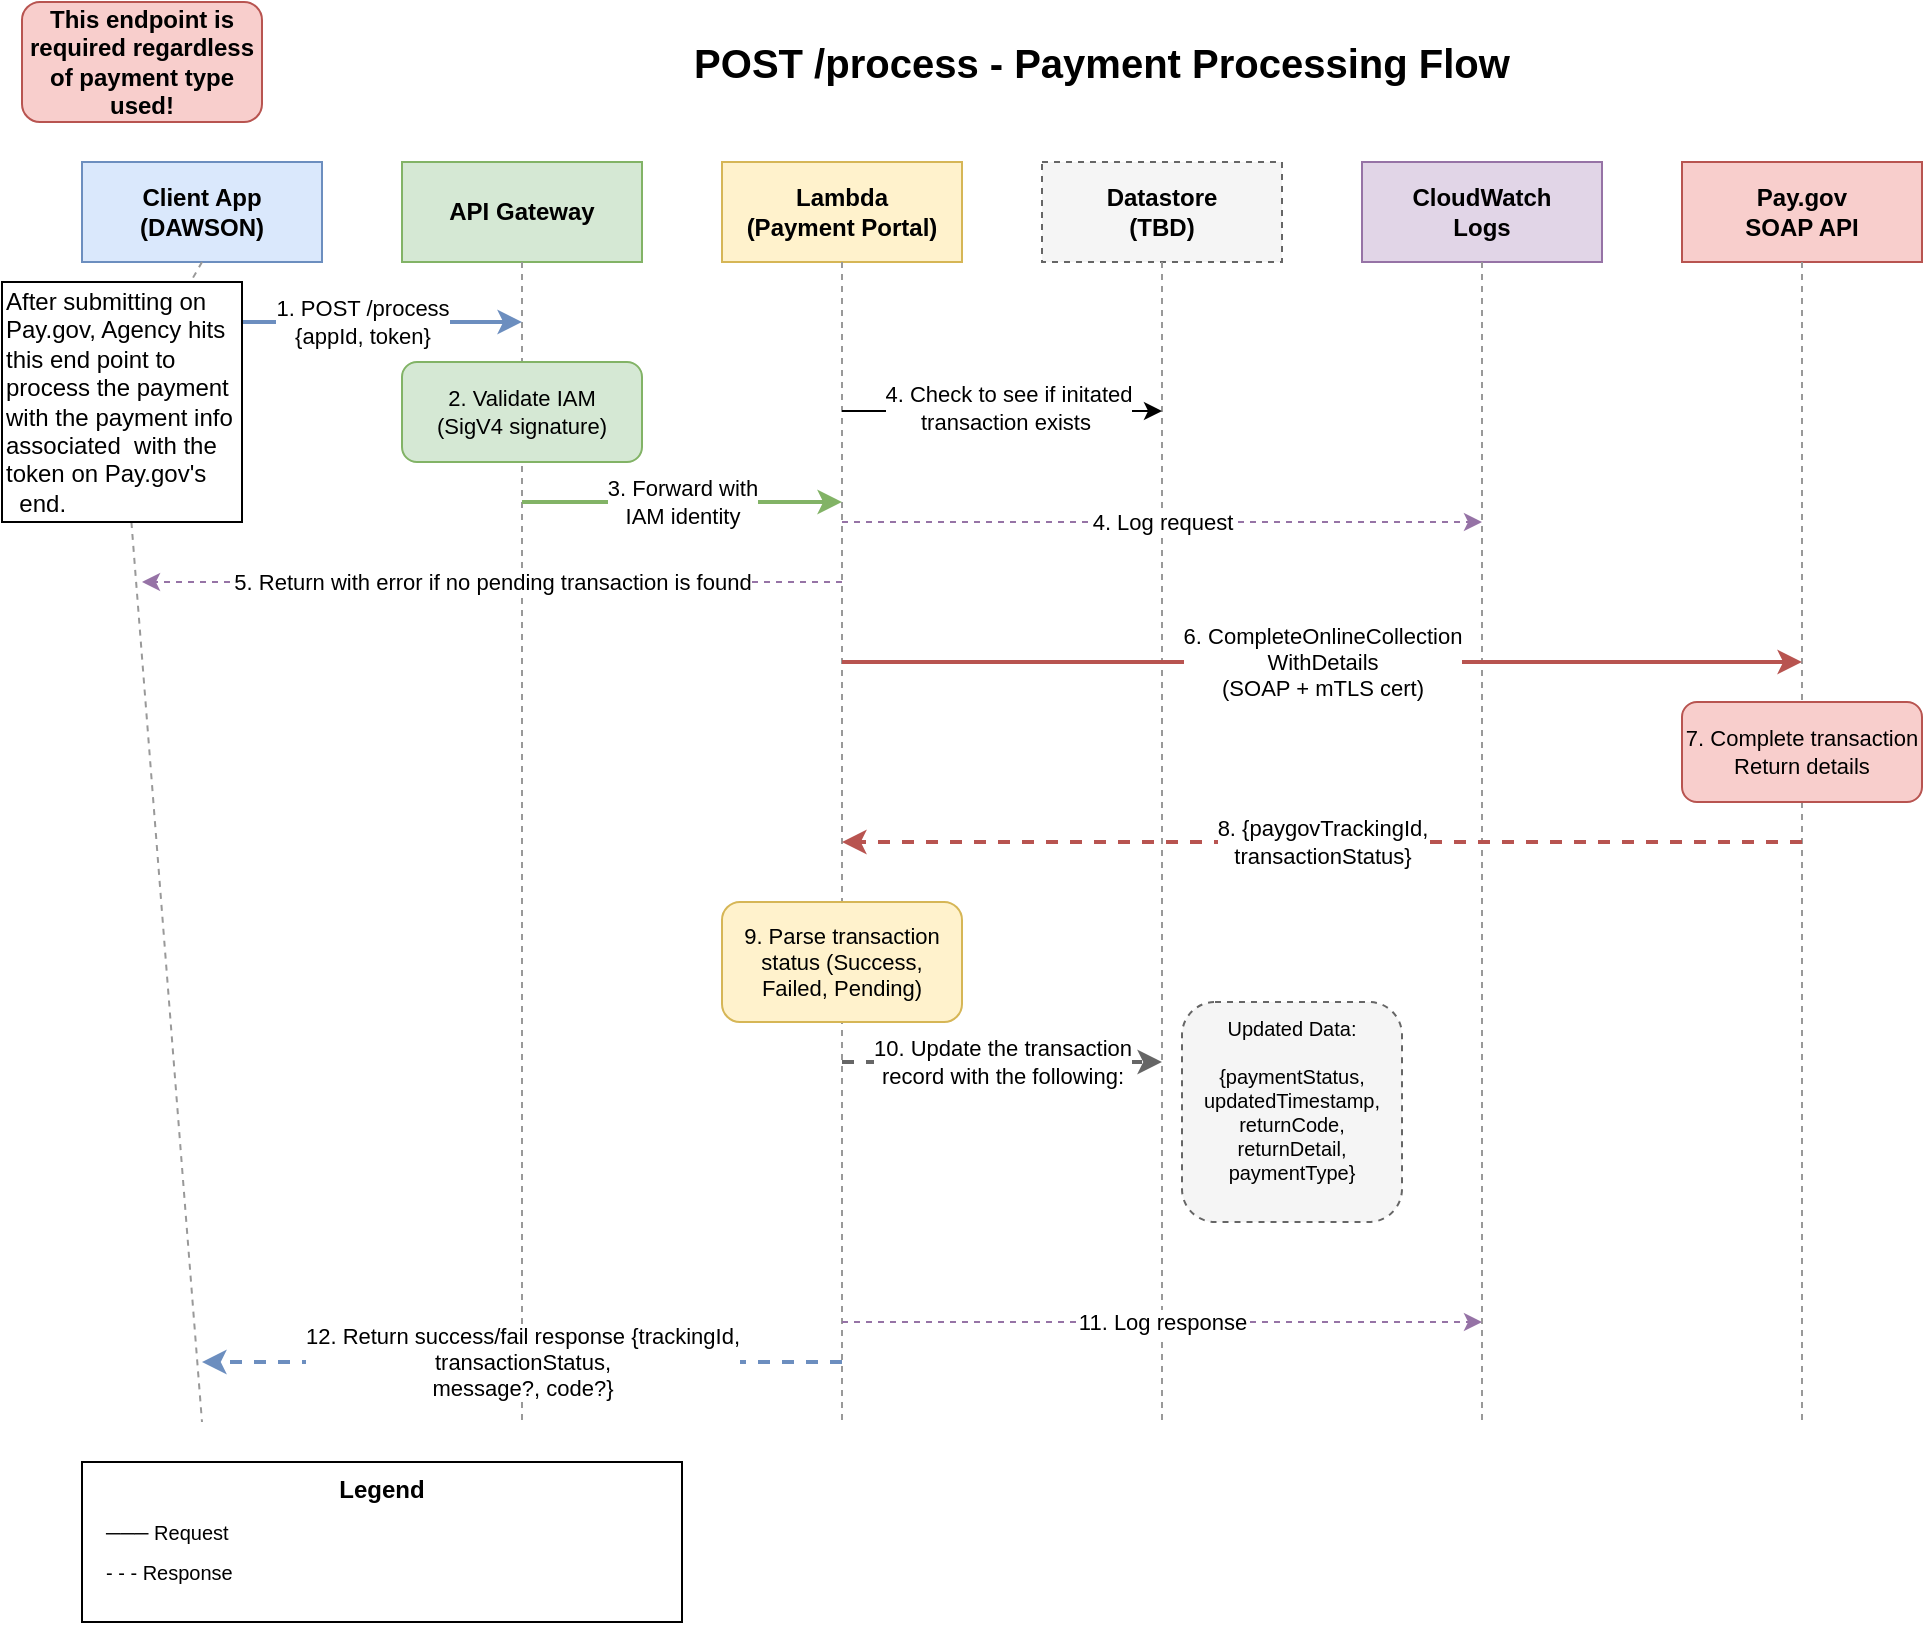
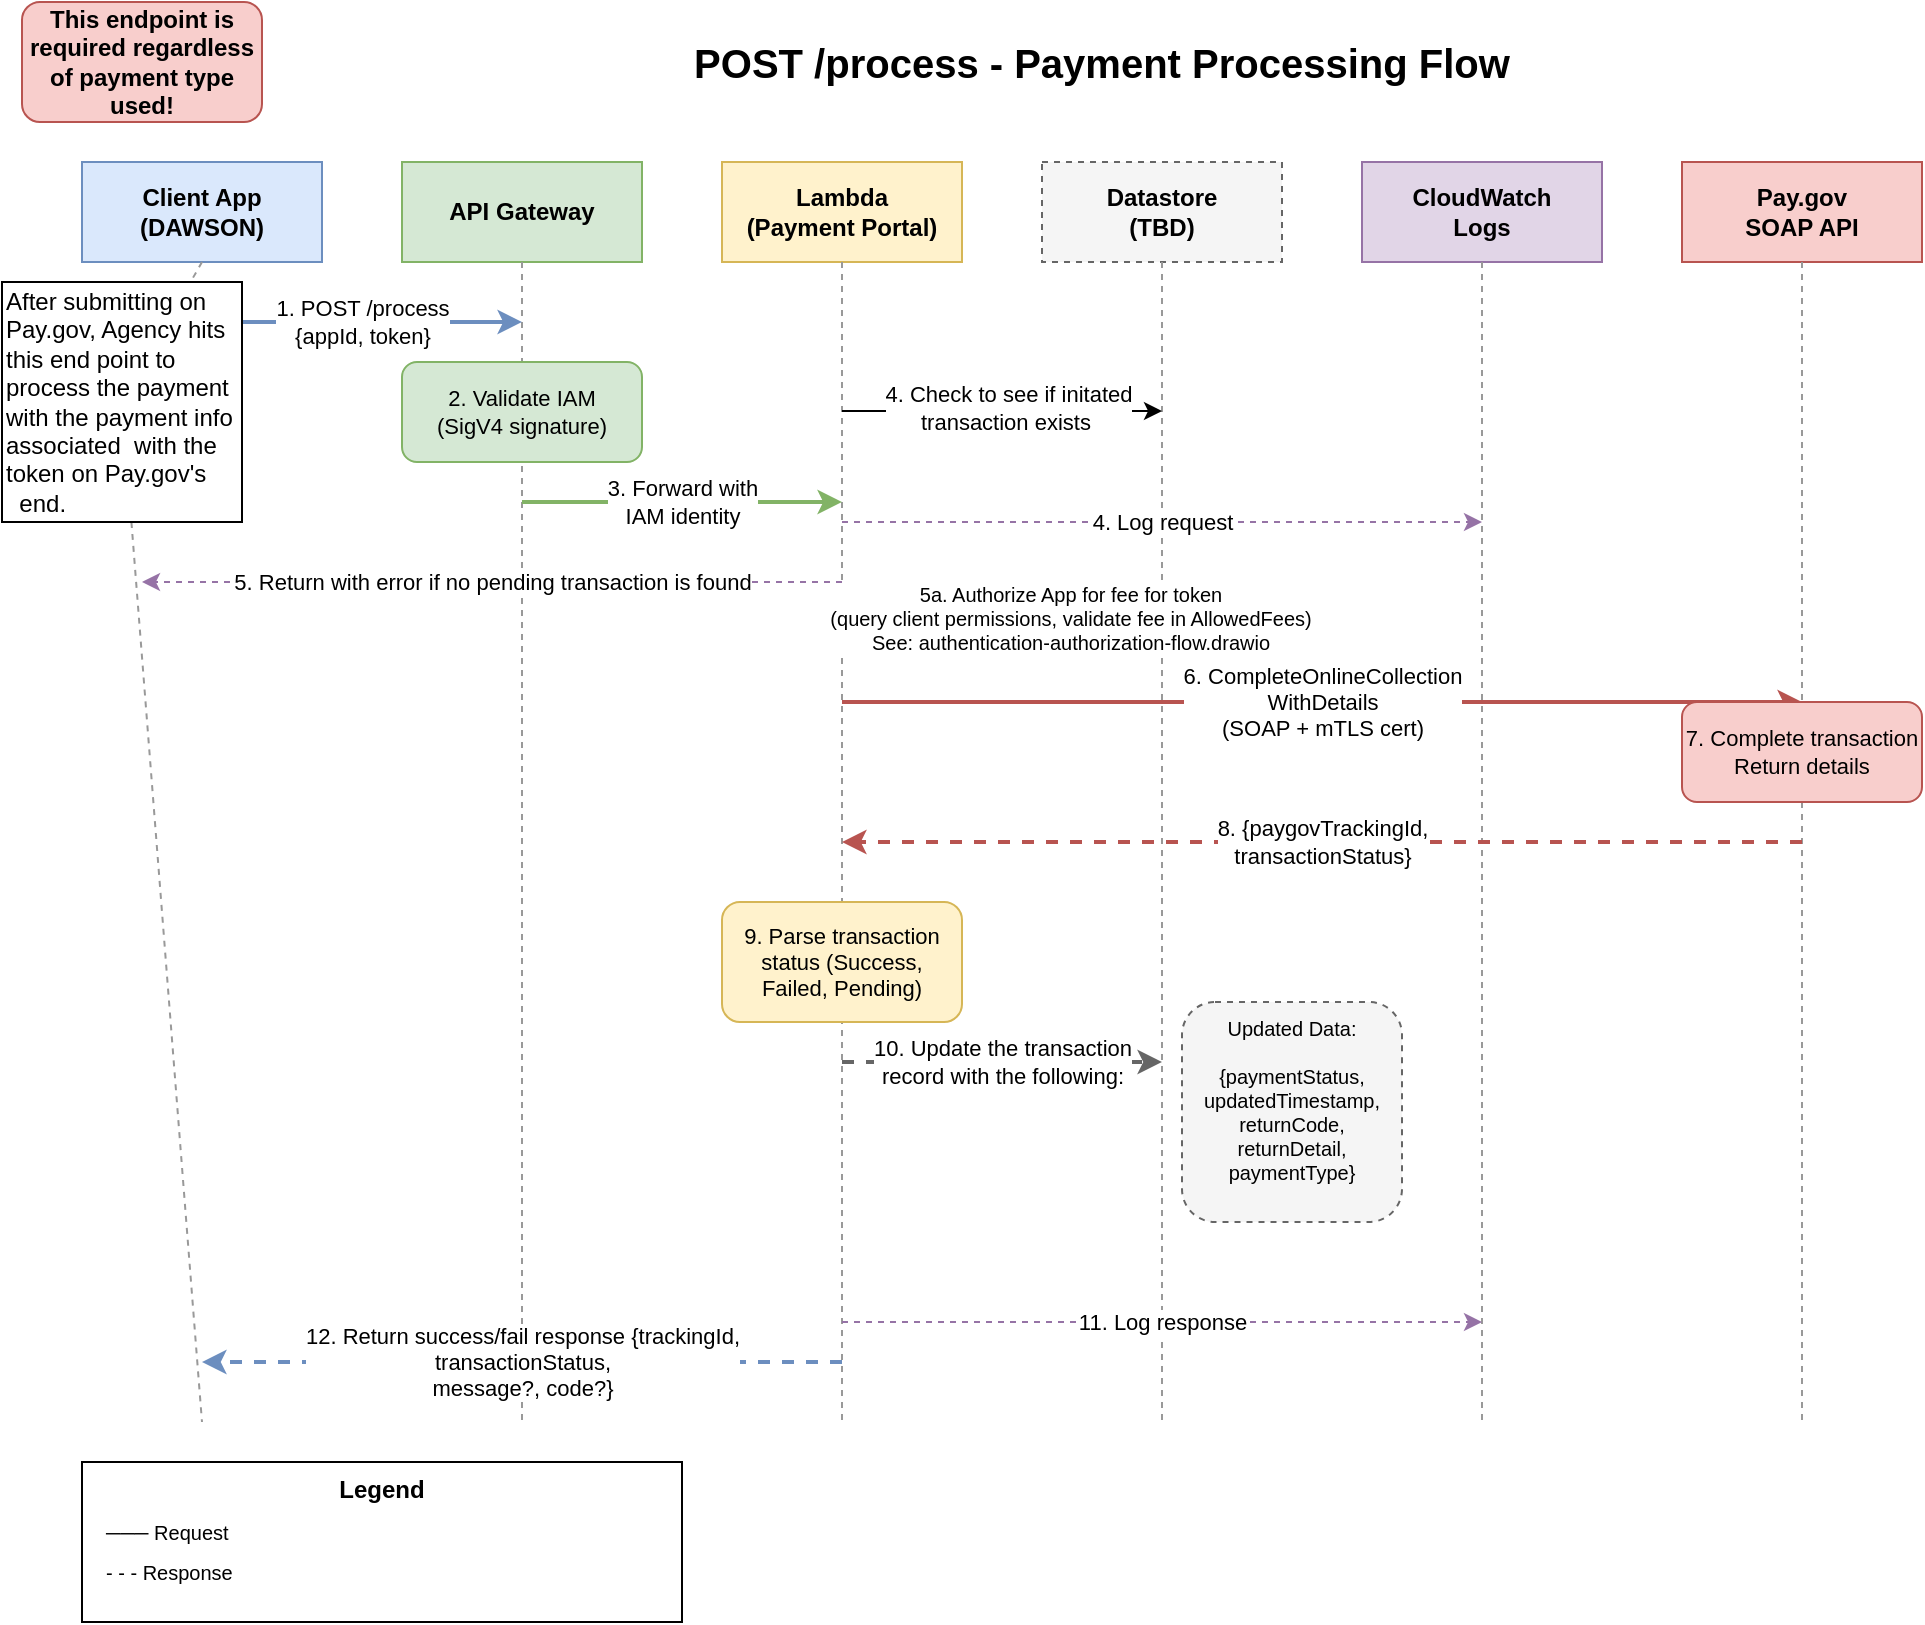
<mxfile host="65bd71144e">
    <diagram name="Process Payment Flow" id="process-payment-flow">
        <mxGraphModel dx="295" dy="451" grid="1" gridSize="10" guides="1" tooltips="1" connect="1" arrows="1" fold="1" page="1" pageScale="1" pageWidth="1100" pageHeight="850" math="0" shadow="0">
            <root>
                <mxCell id="0"/>
                <mxCell id="1" parent="0"/>
                <mxCell id="title" value="POST /process - Payment Processing Flow" style="text;html=1;strokeColor=none;fillColor=none;align=center;verticalAlign=middle;whiteSpace=wrap;rounded=0;fontSize=20;fontStyle=1" parent="1" vertex="1">
                    <mxGeometry x="320" y="20" width="460" height="40" as="geometry"/>
                </mxCell>
                <mxCell id="header-client" value="Client App&#xa;(DAWSON)" style="rounded=0;whiteSpace=wrap;html=1;fillColor=#dae8fc;strokeColor=#6c8ebf;fontSize=12;fontStyle=1" parent="1" vertex="1">
                    <mxGeometry x="40" y="90" width="120" height="50" as="geometry"/>
                </mxCell>
                <mxCell id="header-gateway" value="API Gateway" style="rounded=0;whiteSpace=wrap;html=1;fillColor=#d5e8d4;strokeColor=#82b366;fontSize=12;fontStyle=1" parent="1" vertex="1">
                    <mxGeometry x="200" y="90" width="120" height="50" as="geometry"/>
                </mxCell>
                <mxCell id="header-lambda" value="Lambda&#xa;(Payment Portal)" style="rounded=0;whiteSpace=wrap;html=1;fillColor=#fff2cc;strokeColor=#d6b656;fontSize=12;fontStyle=1" parent="1" vertex="1">
                    <mxGeometry x="360" y="90" width="120" height="50" as="geometry"/>
                </mxCell>
                <mxCell id="header-datastore" value="Datastore&#xa;(TBD)" style="rounded=0;whiteSpace=wrap;html=1;fillColor=#f5f5f5;strokeColor=#666666;fontSize=12;fontStyle=1;dashed=1" parent="1" vertex="1">
                    <mxGeometry x="520" y="90" width="120" height="50" as="geometry"/>
                </mxCell>
                <mxCell id="header-logs" value="CloudWatch&#xa;Logs" style="rounded=0;whiteSpace=wrap;html=1;fillColor=#e1d5e7;strokeColor=#9673a6;fontSize=12;fontStyle=1" parent="1" vertex="1">
                    <mxGeometry x="680" y="90" width="120" height="50" as="geometry"/>
                </mxCell>
                <mxCell id="header-paygov" value="Pay.gov&#xa;SOAP API" style="rounded=0;whiteSpace=wrap;html=1;fillColor=#f8cecc;strokeColor=#b85450;fontSize=12;fontStyle=1" parent="1" vertex="1">
                    <mxGeometry x="840" y="90" width="120" height="50" as="geometry"/>
                </mxCell>
                <mxCell id="line-client" style="endArrow=none;dashed=1;html=1;strokeWidth=1;strokeColor=#999999;" parent="1" source="5" edge="1">
                    <mxGeometry relative="1" as="geometry">
                        <mxPoint x="100" y="140" as="sourcePoint"/>
                        <mxPoint x="100" y="720" as="targetPoint"/>
                    </mxGeometry>
                </mxCell>
                <mxCell id="line-gateway" style="endArrow=none;dashed=1;html=1;strokeWidth=1;strokeColor=#999999;" parent="1" edge="1">
                    <mxGeometry relative="1" as="geometry">
                        <mxPoint x="260" y="140" as="sourcePoint"/>
                        <mxPoint x="260" y="720" as="targetPoint"/>
                    </mxGeometry>
                </mxCell>
                <mxCell id="line-lambda" style="endArrow=none;dashed=1;html=1;strokeWidth=1;strokeColor=#999999;" parent="1" edge="1">
                    <mxGeometry relative="1" as="geometry">
                        <mxPoint x="420" y="140" as="sourcePoint"/>
                        <mxPoint x="420" y="720" as="targetPoint"/>
                    </mxGeometry>
                </mxCell>
                <mxCell id="line-datastore" style="endArrow=none;dashed=1;html=1;strokeWidth=1;strokeColor=#999999;" parent="1" edge="1">
                    <mxGeometry relative="1" as="geometry">
                        <mxPoint x="580" y="140" as="sourcePoint"/>
                        <mxPoint x="580" y="720" as="targetPoint"/>
                    </mxGeometry>
                </mxCell>
                <mxCell id="line-logs" style="endArrow=none;dashed=1;html=1;strokeWidth=1;strokeColor=#999999;" parent="1" edge="1">
                    <mxGeometry relative="1" as="geometry">
                        <mxPoint x="740" y="140" as="sourcePoint"/>
                        <mxPoint x="740" y="720" as="targetPoint"/>
                    </mxGeometry>
                </mxCell>
                <mxCell id="line-paygov" style="endArrow=none;dashed=1;html=1;strokeWidth=1;strokeColor=#999999;" parent="1" edge="1">
                    <mxGeometry relative="1" as="geometry">
                        <mxPoint x="900" y="140" as="sourcePoint"/>
                        <mxPoint x="900" y="720" as="targetPoint"/>
                    </mxGeometry>
                </mxCell>
                <mxCell id="step1" value="1. POST /process&#xa;{appId, token}" style="edgeStyle=orthogonalEdgeStyle;rounded=0;orthogonalLoop=1;jettySize=auto;html=1;strokeWidth=2;fillColor=#dae8fc;strokeColor=#6c8ebf;" parent="1" edge="1">
                    <mxGeometry relative="1" as="geometry">
                        <mxPoint x="100" y="170" as="sourcePoint"/>
                        <mxPoint x="260" y="170" as="targetPoint"/>
                    </mxGeometry>
                </mxCell>
                <mxCell id="step2-box" value="2. Validate IAM&#xa;(SigV4 signature)" style="rounded=1;whiteSpace=wrap;html=1;fillColor=#d5e8d4;strokeColor=#82b366;fontSize=11" parent="1" vertex="1">
                    <mxGeometry x="200" y="190" width="120" height="50" as="geometry"/>
                </mxCell>
                <mxCell id="step3" value="3. Forward with&#xa;IAM identity" style="edgeStyle=orthogonalEdgeStyle;rounded=0;orthogonalLoop=1;jettySize=auto;html=1;strokeWidth=2;fillColor=#d5e8d4;strokeColor=#82b366;" parent="1" edge="1">
                    <mxGeometry relative="1" as="geometry">
                        <mxPoint x="260" y="260" as="sourcePoint"/>
                        <mxPoint x="420" y="260" as="targetPoint"/>
                    </mxGeometry>
                </mxCell>
                <mxCell id="step4" value="4. Log request" style="edgeStyle=orthogonalEdgeStyle;rounded=0;orthogonalLoop=1;jettySize=auto;html=1;strokeWidth=1;dashed=1;strokeColor=#9673a6;" parent="1" edge="1">
                    <mxGeometry relative="1" as="geometry">
                        <mxPoint x="420" y="270" as="sourcePoint"/>
                        <mxPoint x="740" y="270" as="targetPoint"/>
                    </mxGeometry>
                </mxCell>
                <mxCell id="step5" value="6. CompleteOnlineCollection&lt;br&gt;WithDetails&lt;br&gt;(SOAP + mTLS cert)" style="edgeStyle=orthogonalEdgeStyle;rounded=0;orthogonalLoop=1;jettySize=auto;html=1;strokeWidth=2;fillColor=#f8cecc;strokeColor=#b85450;" parent="1" edge="1">
                    <mxGeometry relative="1" as="geometry">
-                         <mxPoint x="420" y="340" as="sourcePoint"/>
-                         <mxPoint x="900" y="340" as="targetPoint"/>
+                         <mxPoint x="420" y="360" as="sourcePoint"/>
+                         <mxPoint x="900" y="360" as="targetPoint"/>
                    </mxGeometry>
                </mxCell>
                <mxCell id="paygov-box" value="7. Complete transaction&lt;br&gt;Return details" style="rounded=1;whiteSpace=wrap;html=1;fillColor=#f8cecc;strokeColor=#b85450;fontSize=11" parent="1" vertex="1">
                    <mxGeometry x="840" y="360" width="120" height="50" as="geometry"/>
                </mxCell>
                <mxCell id="step7" value="8. {paygovTrackingId,&lt;br&gt;transactionStatus}" style="edgeStyle=orthogonalEdgeStyle;rounded=0;orthogonalLoop=1;jettySize=auto;html=1;strokeWidth=2;dashed=1;strokeColor=#b85450;" parent="1" edge="1">
                    <mxGeometry relative="1" as="geometry">
                        <mxPoint x="900" y="430" as="sourcePoint"/>
                        <mxPoint x="420" y="430" as="targetPoint"/>
                    </mxGeometry>
                </mxCell>
                <mxCell id="step8-box" value="9. Parse transaction&lt;br&gt;status (Success,&lt;br&gt;Failed, Pending)" style="rounded=1;whiteSpace=wrap;html=1;fillColor=#fff2cc;strokeColor=#d6b656;fontSize=11" parent="1" vertex="1">
                    <mxGeometry x="360" y="460" width="120" height="60" as="geometry"/>
                </mxCell>
                <mxCell id="step9" value="10. Update the transaction&lt;br&gt;record with the following:" style="edgeStyle=orthogonalEdgeStyle;rounded=0;orthogonalLoop=1;jettySize=auto;html=1;strokeWidth=2;dashed=1;strokeColor=#666666;" parent="1" edge="1">
                    <mxGeometry relative="1" as="geometry">
                        <mxPoint x="420" y="540" as="sourcePoint"/>
                        <mxPoint x="580" y="540" as="targetPoint"/>
                        <mxPoint as="offset"/>
                    </mxGeometry>
                </mxCell>
                <mxCell id="datastore-box" value="Updated Data:&lt;div&gt;&lt;font color=&quot;#000000&quot;&gt;&lt;br&gt;&lt;/font&gt;{paymentStatus,&lt;br&gt;updatedTimestamp,&lt;br&gt;returnCode, returnDetail,&lt;br&gt;paymentType}&lt;div&gt;&lt;br&gt;&lt;/div&gt;&lt;/div&gt;" style="rounded=1;whiteSpace=wrap;html=1;fillColor=#f5f5f5;strokeColor=#666666;fontSize=10;dashed=1" parent="1" vertex="1">
                    <mxGeometry x="590" y="510" width="110" height="110" as="geometry"/>
                </mxCell>
                <mxCell id="step10" value="11. Log response" style="edgeStyle=orthogonalEdgeStyle;rounded=0;orthogonalLoop=1;jettySize=auto;html=1;strokeWidth=1;dashed=1;strokeColor=#9673a6;" parent="1" edge="1">
                    <mxGeometry relative="1" as="geometry">
                        <mxPoint x="420" y="670" as="sourcePoint"/>
                        <mxPoint x="740" y="670" as="targetPoint"/>
                    </mxGeometry>
                </mxCell>
                <mxCell id="step11" value="12. Return success/fail response {trackingId,&lt;br&gt;transactionStatus,&lt;br&gt;message?, code?}" style="edgeStyle=orthogonalEdgeStyle;rounded=0;orthogonalLoop=1;jettySize=auto;html=1;strokeWidth=2;dashed=1;strokeColor=#6c8ebf;" parent="1" edge="1">
                    <mxGeometry relative="1" as="geometry">
                        <mxPoint x="420" y="690" as="sourcePoint"/>
                        <mxPoint x="100" y="690" as="targetPoint"/>
                        <mxPoint as="offset"/>
                    </mxGeometry>
                </mxCell>
                <mxCell id="legend-box" value="Legend" style="rounded=0;whiteSpace=wrap;html=1;fillColor=none;strokeColor=#000000;fontSize=12;fontStyle=1;verticalAlign=top" parent="1" vertex="1">
                    <mxGeometry x="40" y="740" width="300" height="80" as="geometry"/>
                </mxCell>
                <mxCell id="legend-solid" value="─── Request" style="text;html=1;strokeColor=none;fillColor=none;align=left;verticalAlign=middle;fontSize=10" parent="1" vertex="1">
                    <mxGeometry x="50" y="765" width="130" height="20" as="geometry"/>
                </mxCell>
                <mxCell id="legend-dashed" value="- - - Response" style="text;html=1;strokeColor=none;fillColor=none;align=left;verticalAlign=middle;fontSize=10" parent="1" vertex="1">
                    <mxGeometry x="50" y="785" width="130" height="20" as="geometry"/>
                </mxCell>
                <mxCell id="2" value="" style="endArrow=classic;html=1;" parent="1" edge="1">
                    <mxGeometry width="50" height="50" relative="1" as="geometry">
                        <mxPoint x="420" y="214.5" as="sourcePoint"/>
                        <mxPoint x="580" y="214.5" as="targetPoint"/>
                    </mxGeometry>
                </mxCell>
                <mxCell id="3" value="4. Check to see if initated&lt;div&gt;transaction exists&amp;nbsp;&lt;/div&gt;" style="edgeLabel;html=1;align=center;verticalAlign=middle;resizable=0;points=[];" parent="2" vertex="1" connectable="0">
                    <mxGeometry x="0.0375" y="3" relative="1" as="geometry">
                        <mxPoint y="1" as="offset"/>
                    </mxGeometry>
                </mxCell>
                <mxCell id="4" value="5. Return with error if no pending transaction is found" style="edgeStyle=orthogonalEdgeStyle;rounded=0;orthogonalLoop=1;jettySize=auto;html=1;strokeWidth=1;dashed=1;strokeColor=#9673a6;" parent="1" edge="1">
                    <mxGeometry relative="1" as="geometry">
                        <mxPoint x="420" y="300" as="sourcePoint"/>
                        <mxPoint x="70" y="300" as="targetPoint"/>
                    </mxGeometry>
                </mxCell>
+                 <mxCell id="5a-auth" value="" style="endArrow=classic;html=1;strokeWidth=2;strokeColor=#666666;" parent="1" edge="1">
+                     <mxGeometry width="50" height="50" relative="1" as="geometry">
+                         <mxPoint x="420" y="325" as="sourcePoint"/>
+                         <mxPoint x="580" y="325" as="targetPoint"/>
+                     </mxGeometry>
+                 </mxCell>
+                 <mxCell id="5a-label" value="5a. Authorize App for fee for token&lt;br&gt;(query client permissions, validate fee in AllowedFees)&lt;br&gt;See: authentication-authorization-flow.drawio" style="edgeLabel;html=1;align=center;verticalAlign=middle;resizable=0;points=[];fontSize=10;fontStyle=0;labelBackgroundColor=#ffffff;" parent="5a-auth" vertex="1" connectable="0">
+                     <mxGeometry x="0.05" y="2" relative="1" as="geometry">
+                         <mxPoint x="30" y="-5" as="offset"/>
+                     </mxGeometry>
+                 </mxCell>
                <mxCell id="6" value="" style="endArrow=none;dashed=1;html=1;strokeWidth=1;strokeColor=#999999;" parent="1" target="5" edge="1">
                    <mxGeometry relative="1" as="geometry">
                        <mxPoint x="100" y="140" as="sourcePoint"/>
                        <mxPoint x="100" y="720" as="targetPoint"/>
                    </mxGeometry>
                </mxCell>
                <mxCell id="5" value="After submitting on Pay.gov, Agency hits this end point to process the payment with the payment info associated&amp;nbsp; with the token on Pay.gov&#39;s&amp;nbsp;&lt;div&gt;&amp;nbsp;&amp;nbsp;end.&lt;/div&gt;" style="whiteSpace=wrap;html=1;aspect=fixed;align=left;" parent="1" vertex="1">
                    <mxGeometry y="150" width="120" height="120" as="geometry"/>
                </mxCell>
                <mxCell id="7" value="&lt;b&gt;This endpoint is required regardless of payment type used!&lt;/b&gt;" style="rounded=1;whiteSpace=wrap;html=1;fillColor=#f8cecc;strokeColor=#b85450;" parent="1" vertex="1">
                    <mxGeometry x="10" y="10" width="120" height="60" as="geometry"/>
                </mxCell>
            </root>
        </mxGraphModel>
    </diagram>
</mxfile>
